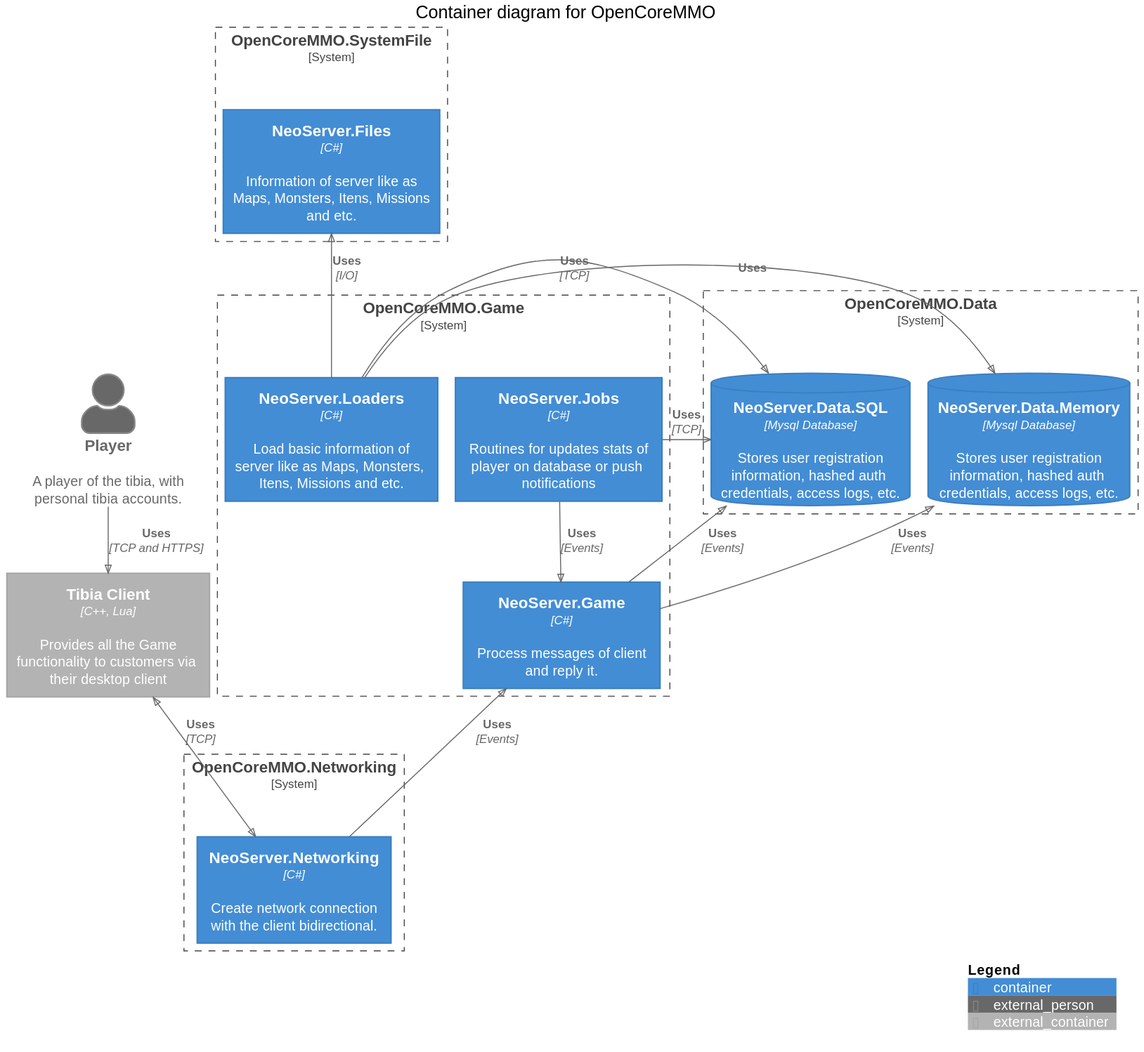
Before: src/NeoServer.Architecture/c4/container-diagram-for-opencoremmo-c4container.svg, a diagram exported from PlantUML (caioavidal/OpenCoreMMO). Its diagram source:
```plantuml
@startuml container-diagram-for-opencoremmo-c4container
!pragma layout smetana
!include ..\.c4s\C4_Container.puml

SHOW_PERSON_PORTRAIT()
LAYOUT_LEFT_RIGHT()

title Container diagram for OpenCoreMMO

Person_Ext(customer, "Player", "A player of the tibia, with personal tibia accounts.")
Container_Ext(tibia, "Tibia Client", "C++, Lua", "Provides all the Game functionality to customers via their desktop client")

System_Boundary(c1, "OpenCoreMMO.Networking") {
    Container(NeoServer.Networking, "NeoServer.Networking", "C#", "Create network connection with the client bidirectional.")
}


System_Boundary(c2, "OpenCoreMMO.Game") {
    Container(NeoServer.Game, "NeoServer.Game", "C#", "Process messages of client and reply it.")
    Container(NeoServer.Jobs, "NeoServer.Jobs", "C#", "Routines for updates stats of player on database or push notifications")
    Container(NeoServer.Loaders, "NeoServer.Loaders", "C#", "Load basic information of server like as Maps, Monsters, Itens, Missions and etc.")
}


System_Boundary(c3, "OpenCoreMMO.Data") {
    ContainerDb(SQL, "NeoServer.Data.SQL", "Mysql Database", "Stores user registration information, hashed auth credentials, access logs, etc.")
    ContainerDb(Memory, "NeoServer.Data.Memory", "Mysql Database", "Stores user registration information, hashed auth credentials, access logs, etc.")
}


System_Boundary(c4, "OpenCoreMMO.SystemFile") {
    Container(NeoServer.Files, "NeoServer.Files", "C#", "Information of server like as Maps, Monsters, Itens, Missions and etc.")
}


Rel_D(customer, tibia, "Uses", "TCP and HTTPS")
BiRel_D(tibia, NeoServer.Networking, "Uses", "TCP")
Rel_U(NeoServer.Networking, NeoServer.Game, "Uses", "Events")
Rel_Neighbor(NeoServer.Game, SQL, "Uses", "Events")
Rel_Neighbor(NeoServer.Game, Memory, "Uses", "Events")
Rel_Neighbor(NeoServer.Jobs, SQL, "Uses", "TCP")
Rel(NeoServer.Jobs, NeoServer.Game, "Uses", "Events")
Rel_U(NeoServer.Loaders, NeoServer.Files, "Uses", "I/O")
Rel_U(NeoServer.Loaders, Memory, "Uses")
Rel_U(NeoServer.Loaders, SQL, "Uses", "TCP")

SHOW_LEGEND()
@enduml
```
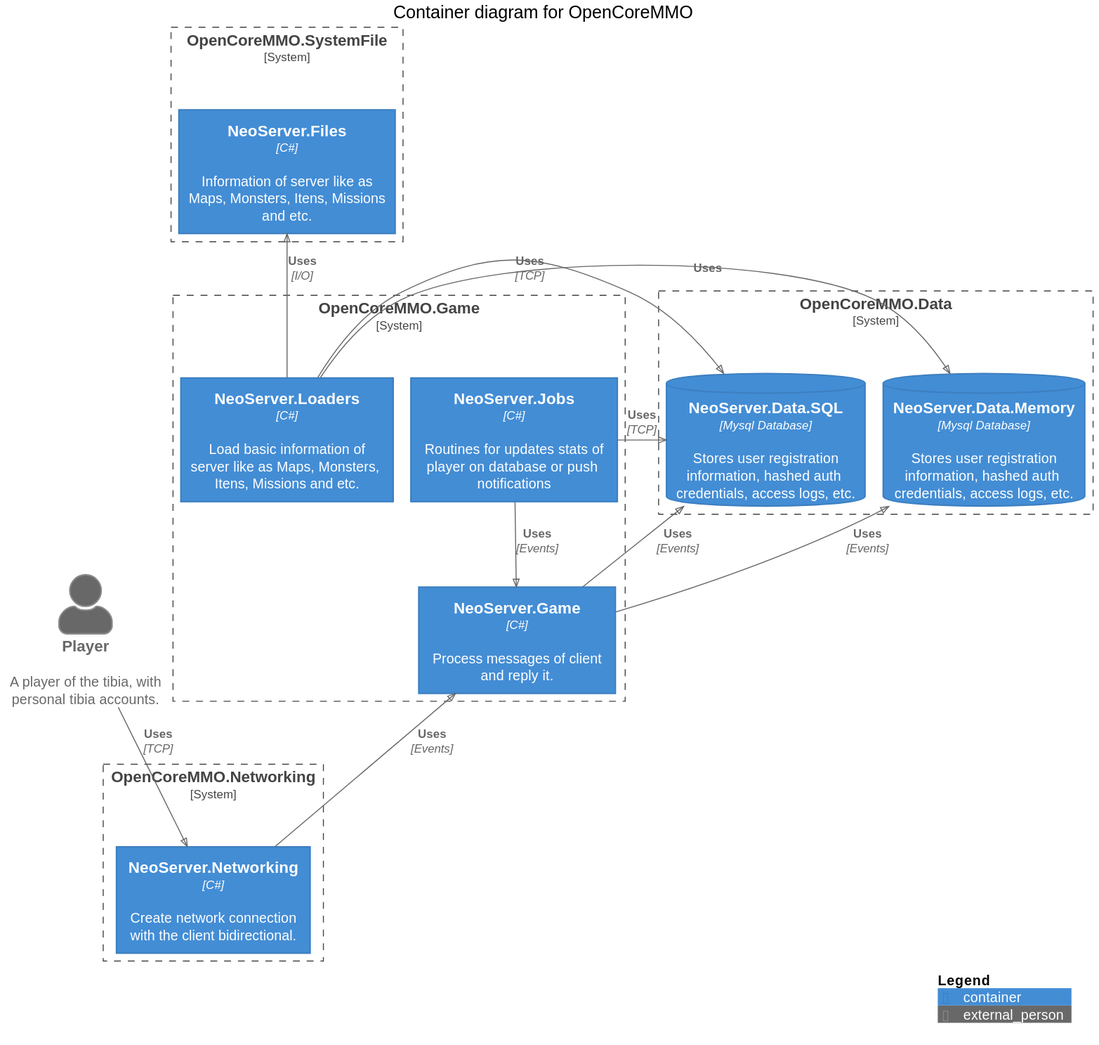
After the change.

Commit message:
feat: update diagram without container client.

The edit, as a diff of the source:
```diff
@@ -8,7 +8,6 @@
 title Container diagram for OpenCoreMMO
 
 Person_Ext(customer, "Player", "A player of the tibia, with personal tibia accounts.")
-Container_Ext(tibia, "Tibia Client", "C++, Lua", "Provides all the Game functionality to customers via their desktop client")
 
 System_Boundary(c1, "OpenCoreMMO.Networking") {
     Container(NeoServer.Networking, "NeoServer.Networking", "C#", "Create network connection with the client bidirectional.")
@@ -33,8 +32,7 @@
 }
 
 
-Rel_D(customer, tibia, "Uses", "TCP and HTTPS")
-BiRel_D(tibia, NeoServer.Networking, "Uses", "TCP")
+Rel_D(customer, NeoServer.Networking, "Uses", "TCP")
 Rel_U(NeoServer.Networking, NeoServer.Game, "Uses", "Events")
 Rel_Neighbor(NeoServer.Game, SQL, "Uses", "Events")
 Rel_Neighbor(NeoServer.Game, Memory, "Uses", "Events")
```
